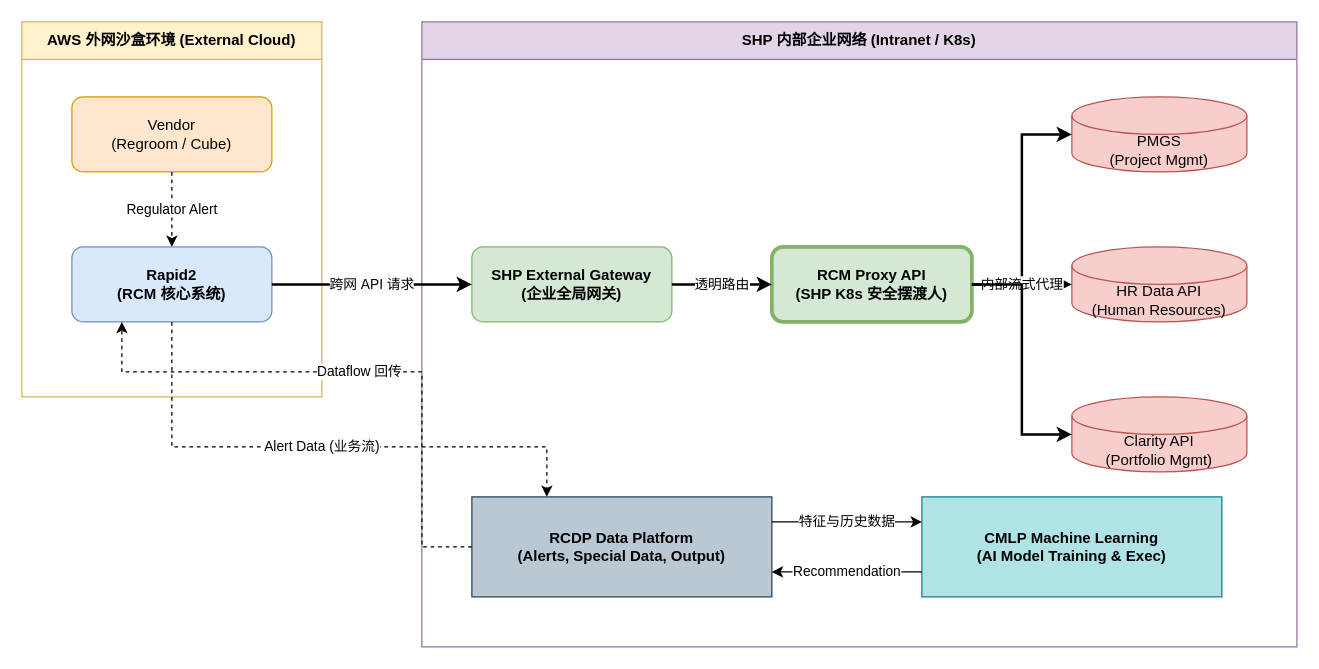
Earlier version of the draw.io diagram drawio/rcm_architecture.drawio (nvd11/f_store). Source tidied: cells renumbered, new cells numbered last; positions are measured from the earlier drawing's top-left corner, leaving out a move shared by most shapes. Both pictures are drawn from the tidied source at 125%, with x=0, y=0 at pixel (21, 21).
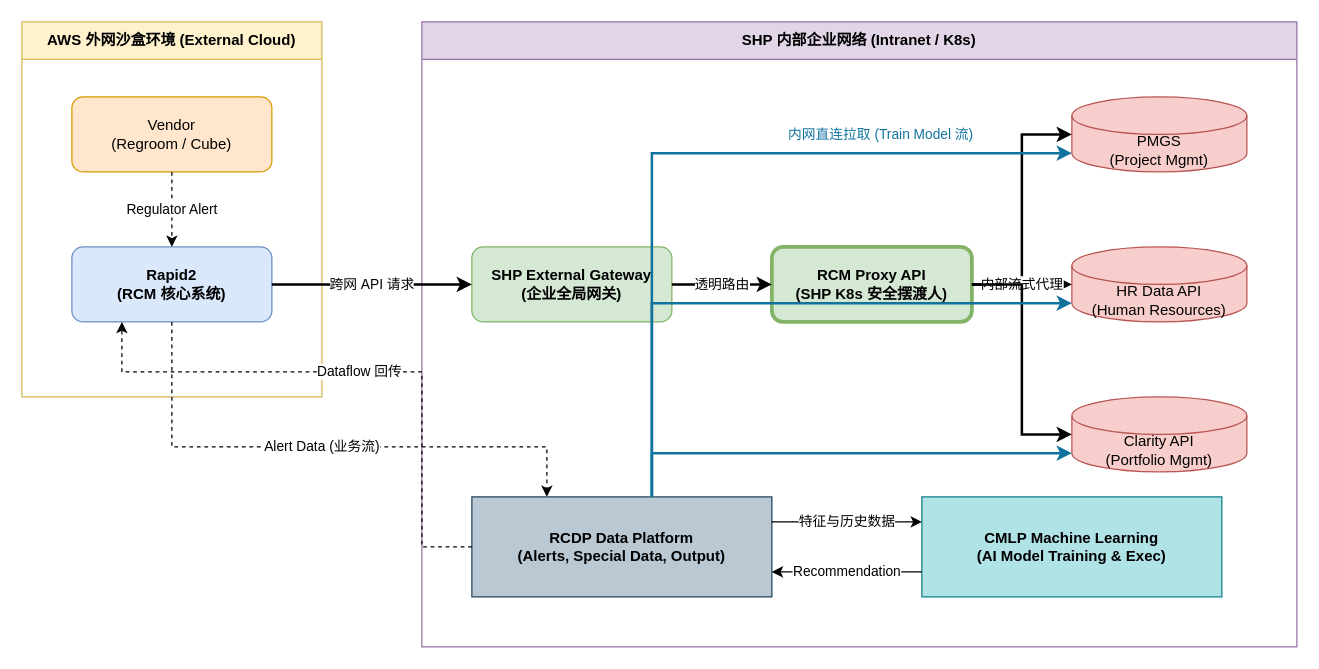
After the change.

Commit message:
docs(architecture): add direct access edges from RCDP to internal data sources

The change refers to these unchanged cells:
```xml
<mxCell id="8" value="PMGS&#10;(Project Mgmt)" style="shape=cylinder3;whiteSpace=wrap;html=1;boundedLbl=1;backgroundOutline=1;size=15;fillColor=#f8cecc;strokeColor=#b85450;" parent="1" vertex="1">
  <mxGeometry x="840" y="60" width="140" height="60" as="geometry" />
</mxCell>
<mxCell id="9" value="HR Data API&#10;(Human Resources)" style="shape=cylinder3;whiteSpace=wrap;html=1;boundedLbl=1;backgroundOutline=1;size=15;fillColor=#f8cecc;strokeColor=#b85450;" parent="1" vertex="1">
  <mxGeometry x="840" y="180" width="140" height="60" as="geometry" />
</mxCell>
<mxCell id="10" value="Clarity API&#10;(Portfolio Mgmt)" style="shape=cylinder3;whiteSpace=wrap;html=1;boundedLbl=1;backgroundOutline=1;size=15;fillColor=#f8cecc;strokeColor=#b85450;" parent="1" vertex="1">
  <mxGeometry x="840" y="300" width="140" height="60" as="geometry" />
</mxCell>
<mxCell id="11" value="RCDP Data Platform&#10;(Alerts, Special Data, Output)" style="rounded=0;whiteSpace=wrap;html=1;fillColor=#bac8d3;strokeColor=#23445d;fontStyle=1;" parent="1" vertex="1">
  <mxGeometry x="360" y="380" width="240" height="80" as="geometry" />
</mxCell>
```

Change to the diagram source:
```diff
@@
+    <mxCell id="23" value="内网直连拉取 (Train Model 流)" style="edgeStyle=orthogonalEdgeStyle;rounded=0;jettySize=auto;html=1;strokeWidth=2;strokeColor=#10739e;fontColor=#10739e;exitX=0.6;exitY=0;exitDx=0;exitDy=0;entryX=0;entryY=0.75;entryDx=0;entryDy=0;" parent="1" edge="1" source="11" target="8">
+      <mxGeometry x="0.5" y="15" relative="1" as="geometry">
+        <Array as="points">
+          <mxPoint x="504" y="105" />
+        </Array>
+      </mxGeometry>
+    </mxCell>
+    <mxCell id="24" style="edgeStyle=orthogonalEdgeStyle;rounded=0;jettySize=auto;html=1;strokeWidth=2;strokeColor=#10739e;fontColor=#10739e;exitX=0.6;exitY=0;exitDx=0;exitDy=0;entryX=0;entryY=0.75;entryDx=0;entryDy=0;" parent="1" edge="1" source="11" target="9">
+      <mxGeometry relative="1" as="geometry">
+        <Array as="points">
+          <mxPoint x="504" y="225" />
+        </Array>
+      </mxGeometry>
+    </mxCell>
+    <mxCell id="25" style="edgeStyle=orthogonalEdgeStyle;rounded=0;jettySize=auto;html=1;strokeWidth=2;strokeColor=#10739e;fontColor=#10739e;exitX=0.6;exitY=0;exitDx=0;exitDy=0;entryX=0;entryY=0.75;entryDx=0;entryDy=0;" parent="1" edge="1" source="11" target="10">
+      <mxGeometry relative="1" as="geometry">
+        <Array as="points">
+          <mxPoint x="504" y="345" />
+        </Array>
+      </mxGeometry>
+    </mxCell>
```
